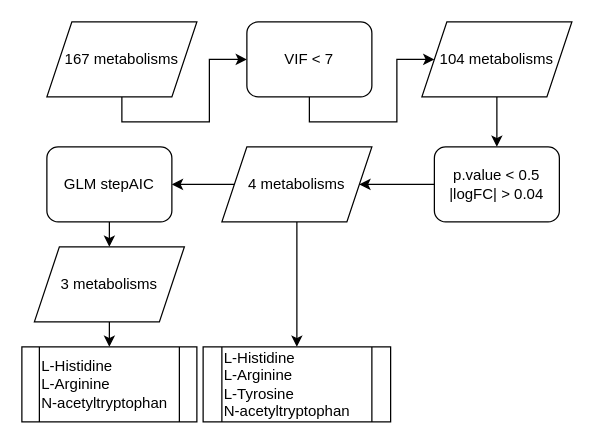
Above: Proj-Hearing-Loss-and-ANX.drawio in artefaritaKuniklo/draw.io-graph (draw.io), before the change. Source tidied: cells renumbered, new cells numbered last; positions are measured from the earlier drawing's top-left corner, leaving out a move shared by most shapes. Both pictures are drawn from the tidied source at 125%, with x=0, y=0 at pixel (21, 21).
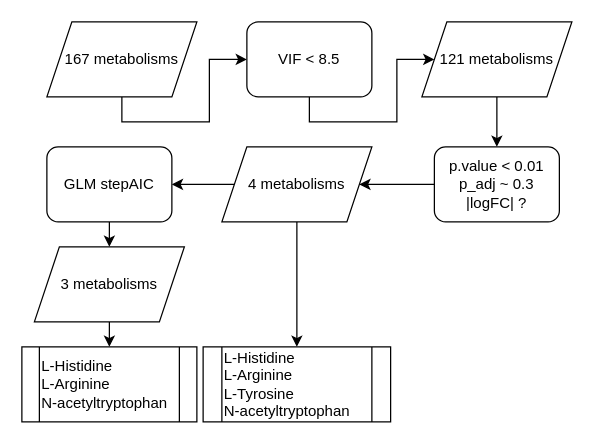
Above is the later version.

What changed in the source:
```diff
@@
-    <mxCell id="5" value="VIF &amp;lt; 7" style="rounded=1;whiteSpace=wrap;html=1;" parent="1" vertex="1">
+    <mxCell id="5" value="VIF &amp;lt; 8.5" style="rounded=1;whiteSpace=wrap;html=1;" parent="1" vertex="1">
       <mxGeometry x="180" width="100" height="60" as="geometry" />
     </mxCell>
@@
-    <mxCell id="7" value="104 metabolisms" style="shape=parallelogram;perimeter=parallelogramPerimeter;whiteSpace=wrap;html=1;fixedSize=1;" parent="1" vertex="1">
+    <mxCell id="7" value="121 metabolisms" style="shape=parallelogram;perimeter=parallelogramPerimeter;whiteSpace=wrap;html=1;fixedSize=1;" parent="1" vertex="1">
       <mxGeometry x="320" width="120" height="60" as="geometry" />
     </mxCell>
@@
-    <mxCell id="9" value="p.value &amp;lt; 0.5&lt;br&gt;|logFC| &amp;gt; 0.04" style="rounded=1;whiteSpace=wrap;html=1;" parent="1" vertex="1">
+    <mxCell id="9" value="p.value &amp;lt; 0.01&lt;br&gt;p_adj ~ 0.3&lt;br&gt;|logFC| ?" style="rounded=1;whiteSpace=wrap;html=1;" parent="1" vertex="1">
       <mxGeometry x="330" y="100" width="100" height="60" as="geometry" />
     </mxCell>
```
